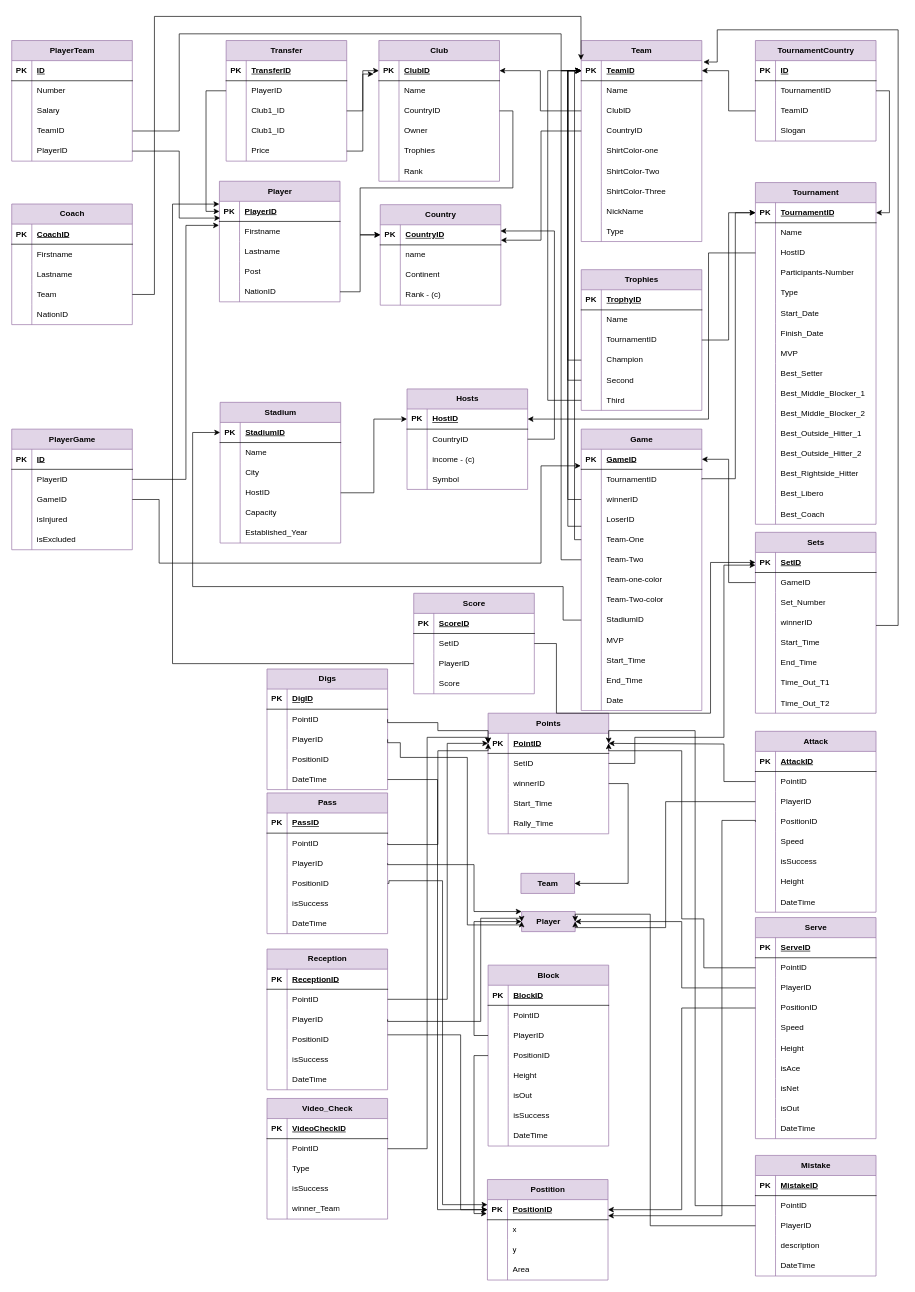
This is page "ER-Diagram" (1 of 2) of DB2_Project_Diagrams.drawio from Matinrezaei/Software-Lab, a draw.io file, before an edit. Source tidied: cells renumbered, new cells numbered last; positions are measured from the earlier drawing's top-left corner, leaving out a move shared by most shapes. Both pictures are drawn from the tidied source at 67%, with x=0, y=0 at pixel (11, 16).
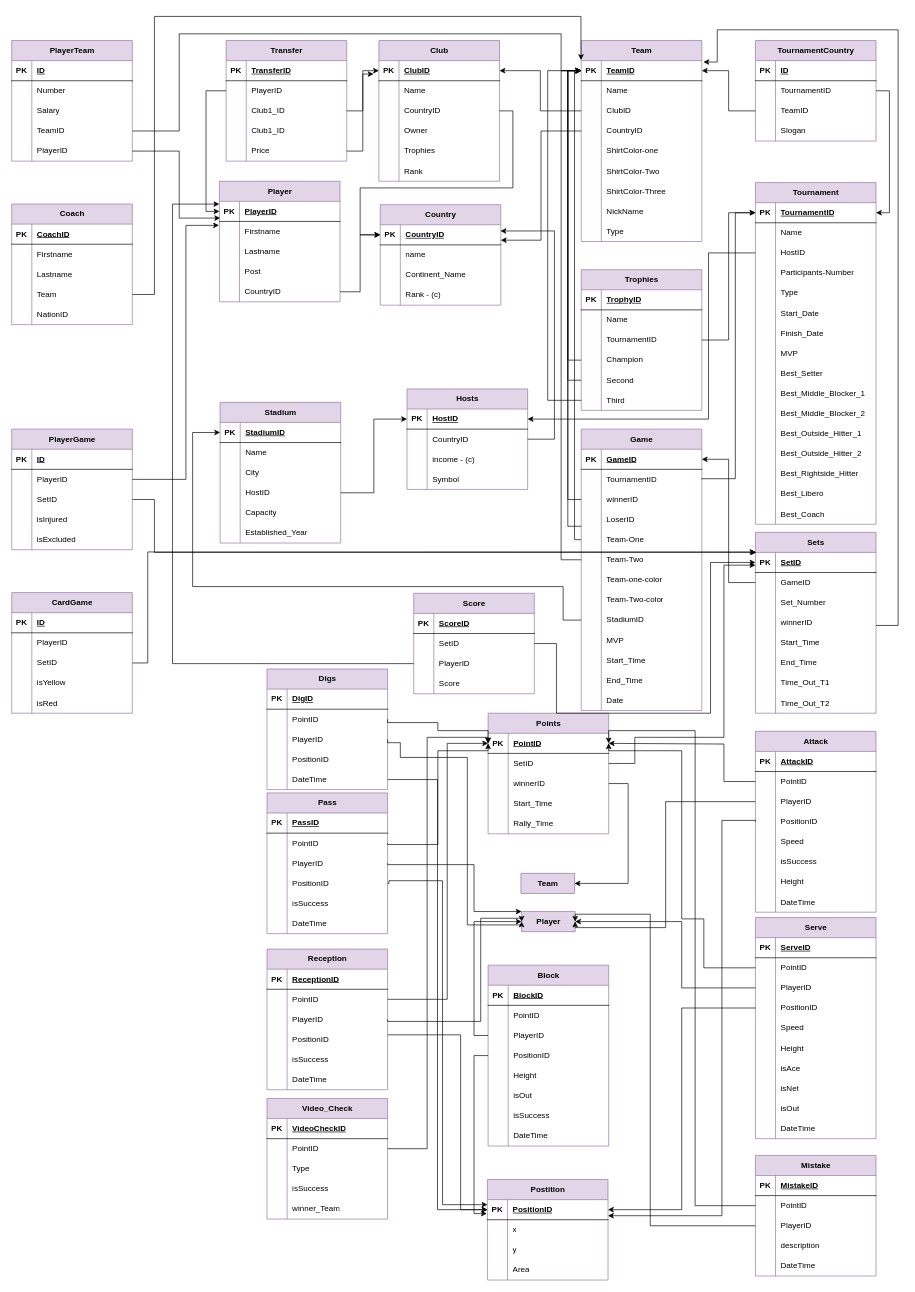
Above is the later version.

Unchanged cells that the change refers to:
```xml
<mxCell id="15" style="shape=tableRow;horizontal=0;startSize=0;swimlaneHead=0;swimlaneBody=0;fillColor=none;points=[[0,0.5],[1,0.5]];portConstraint=eastwest;top=0;left=0;right=0;bottom=0;" parent="2" vertex="1">
  <mxGeometry y="150" width="180" height="30" as="geometry" />
</mxCell>
<mxCell id="25" style="shape=tableRow;horizontal=0;startSize=0;swimlaneHead=0;swimlaneBody=0;fillColor=none;top=0;left=0;right=0;bottom=0;" parent="18" vertex="1">
  <mxGeometry y="90" width="180" height="30" as="geometry" />
</mxCell>
<mxCell id="241" style="shape=tableRow;horizontal=0;startSize=0;swimlaneHead=0;swimlaneBody=0;fillColor=none;points=[[0,0.5],[1,0.5]];portConstraint=eastwest;top=0;left=0;right=0;bottom=1;" parent="240" vertex="1">
  <mxGeometry y="30" width="180" height="30" as="geometry" />
</mxCell>
<mxCell id="281" style="shape=tableRow;horizontal=0;startSize=0;swimlaneHead=0;swimlaneBody=0;fillColor=none;points=[[0,0.5],[1,0.5]];portConstraint=eastwest;top=0;left=0;right=0;bottom=1;" parent="280" vertex="1">
  <mxGeometry y="30" width="180" height="30" as="geometry" />
</mxCell>
<mxCell id="551" style="shape=tableRow;horizontal=0;startSize=0;swimlaneHead=0;swimlaneBody=0;fillColor=none;points=[[0,0.5],[1,0.5]];portConstraint=eastwest;top=0;left=0;right=0;bottom=0;" parent="544" vertex="1">
  <mxGeometry y="90" width="180" height="30" as="geometry" />
</mxCell>
```

What changed in the source:
```diff
@@
-    <mxCell id="17" value="NationID" style="shape=partialRectangle;fillColor=none;top=0;left=0;bottom=0;right=0;align=left;spacingLeft=6;overflow=hidden;whiteSpace=wrap;html=1;" parent="15" vertex="1">
+    <mxCell id="17" value="CountryID" style="shape=partialRectangle;fillColor=none;top=0;left=0;bottom=0;right=0;align=left;spacingLeft=6;overflow=hidden;whiteSpace=wrap;html=1;" parent="15" vertex="1">
       <mxGeometry x="30" width="150" height="30" as="geometry" />
     </mxCell>
@@
-    <mxCell id="27" value="Continent" style="shape=partialRectangle;fillColor=none;top=0;left=0;bottom=0;right=0;align=left;spacingLeft=6;overflow=hidden;whiteSpace=wrap;html=1;" parent="25" vertex="1">
+    <mxCell id="27" value="Continent_Name" style="shape=partialRectangle;fillColor=none;top=0;left=0;bottom=0;right=0;align=left;spacingLeft=6;overflow=hidden;whiteSpace=wrap;html=1;" parent="25" vertex="1">
       <mxGeometry x="30" width="150" height="30" as="geometry" />
     </mxCell>
@@
-    <mxCell id="553" value="GameID" style="shape=partialRectangle;fillColor=none;top=0;left=0;bottom=0;right=0;align=left;spacingLeft=6;overflow=hidden;whiteSpace=wrap;html=1;" parent="551" vertex="1">
+    <mxCell id="553" value="SetID" style="shape=partialRectangle;fillColor=none;top=0;left=0;bottom=0;right=0;align=left;spacingLeft=6;overflow=hidden;whiteSpace=wrap;html=1;" parent="551" vertex="1">
       <mxGeometry x="30" width="150" height="30" as="geometry" />
     </mxCell>
@@
-    <mxCell id="560" style="edgeStyle=orthogonalEdgeStyle;rounded=0;jettySize=auto;html=1;entryX=-0.004;entryY=0.826;entryDx=0;entryDy=0;entryPerimeter=0;exitX=1;exitY=0.5;exitDx=0;exitDy=0;" parent="1" edge="1" source="551" target="241">
-      <mxGeometry relative="1" as="geometry">
-        <Array as="points">
-          <mxPoint x="220" y="721" />
-          <mxPoint x="220" y="816" />
-          <mxPoint x="790" y="816" />
-          <mxPoint x="790" y="670" />
-          <mxPoint x="849" y="670" />
-        </Array>
-      </mxGeometry>
-    </mxCell>
@@
+    <mxCell id="584" value="CardGame" style="shape=table;startSize=30;childLayout=tableLayout;rowLines=0;fontStyle=1;align=center;html=1;fillColor=#e1d5e7;strokeColor=#9673a6;" parent="1" vertex="1">
+      <mxGeometry y="860" width="180" height="180" as="geometry" />
+    </mxCell>
+    <mxCell id="585" style="shape=tableRow;horizontal=0;startSize=0;swimlaneHead=0;swimlaneBody=0;fillColor=none;top=0;left=0;right=0;bottom=1;" parent="584" vertex="1">
+      <mxGeometry y="30" width="180" height="30" as="geometry" />
+    </mxCell>
+    <mxCell id="586" value="PK" style="shape=partialRectangle;fillColor=none;top=0;left=0;bottom=0;right=0;fontStyle=1;overflow=hidden;whiteSpace=wrap;html=1;" parent="585" vertex="1">
+      <mxGeometry width="30" height="30" as="geometry" />
+    </mxCell>
+    <mxCell id="587" value="ID" style="shape=partialRectangle;fillColor=none;top=0;left=0;bottom=0;right=0;align=left;spacingLeft=6;fontStyle=5;overflow=hidden;whiteSpace=wrap;html=1;" parent="585" vertex="1">
+      <mxGeometry x="30" width="150" height="30" as="geometry" />
+    </mxCell>
+    <mxCell id="588" style="shape=tableRow;horizontal=0;startSize=0;swimlaneHead=0;swimlaneBody=0;fillColor=none;top=0;left=0;right=0;bottom=0;" parent="584" vertex="1">
+      <mxGeometry y="60" width="180" height="30" as="geometry" />
+    </mxCell>
+    <mxCell id="589" style="shape=partialRectangle;fillColor=none;top=0;left=0;bottom=0;right=0;overflow=hidden;whiteSpace=wrap;html=1;" parent="588" vertex="1">
+      <mxGeometry width="30" height="30" as="geometry" />
+    </mxCell>
+    <mxCell id="590" value="PlayerID" style="shape=partialRectangle;fillColor=none;top=0;left=0;bottom=0;right=0;align=left;spacingLeft=6;overflow=hidden;whiteSpace=wrap;html=1;" parent="588" vertex="1">
+      <mxGeometry x="30" width="150" height="30" as="geometry" />
+    </mxCell>
+    <mxCell id="591" style="shape=tableRow;horizontal=0;startSize=0;swimlaneHead=0;swimlaneBody=0;fillColor=none;points=[[0,0.5],[1,0.5]];portConstraint=eastwest;top=0;left=0;right=0;bottom=0;" parent="584" vertex="1">
+      <mxGeometry y="90" width="180" height="30" as="geometry" />
+    </mxCell>
+    <mxCell id="592" style="shape=partialRectangle;fillColor=none;top=0;left=0;bottom=0;right=0;overflow=hidden;whiteSpace=wrap;html=1;" parent="591" vertex="1">
+      <mxGeometry width="30" height="30" as="geometry" />
+    </mxCell>
+    <mxCell id="593" value="SetID" style="shape=partialRectangle;fillColor=none;top=0;left=0;bottom=0;right=0;align=left;spacingLeft=6;overflow=hidden;whiteSpace=wrap;html=1;" parent="591" vertex="1">
+      <mxGeometry x="30" width="150" height="30" as="geometry" />
+    </mxCell>
+    <mxCell id="594" style="shape=tableRow;horizontal=0;startSize=0;swimlaneHead=0;swimlaneBody=0;fillColor=none;top=0;left=0;right=0;bottom=0;" parent="584" vertex="1">
+      <mxGeometry y="120" width="180" height="30" as="geometry" />
+    </mxCell>
+    <mxCell id="595" style="shape=partialRectangle;fillColor=none;top=0;left=0;bottom=0;right=0;overflow=hidden;whiteSpace=wrap;html=1;" parent="594" vertex="1">
+      <mxGeometry width="30" height="30" as="geometry" />
+    </mxCell>
+    <mxCell id="596" value="isYellow" style="shape=partialRectangle;fillColor=none;top=0;left=0;bottom=0;right=0;align=left;spacingLeft=6;overflow=hidden;whiteSpace=wrap;html=1;" parent="594" vertex="1">
+      <mxGeometry x="30" width="150" height="30" as="geometry" />
+    </mxCell>
+    <mxCell id="597" style="shape=tableRow;horizontal=0;startSize=0;swimlaneHead=0;swimlaneBody=0;fillColor=none;top=0;left=0;right=0;bottom=0;" parent="584" vertex="1">
+      <mxGeometry y="150" width="180" height="30" as="geometry" />
+    </mxCell>
+    <mxCell id="598" style="shape=partialRectangle;fillColor=none;top=0;left=0;bottom=0;right=0;overflow=hidden;whiteSpace=wrap;html=1;" parent="597" vertex="1">
+      <mxGeometry width="30" height="30" as="geometry" />
+    </mxCell>
+    <mxCell id="599" value="isRed" style="shape=partialRectangle;fillColor=none;top=0;left=0;bottom=0;right=0;align=left;spacingLeft=6;overflow=hidden;whiteSpace=wrap;html=1;" parent="597" vertex="1">
+      <mxGeometry x="30" width="150" height="30" as="geometry" />
+    </mxCell>
+    <mxCell id="600" style="edgeStyle=orthogonalEdgeStyle;rounded=0;jettySize=auto;html=1;entryX=0.008;entryY=0;entryDx=0;entryDy=0;entryPerimeter=0;" parent="1" edge="1" source="551" target="281">
+      <mxGeometry relative="1" as="geometry">
+        <Array as="points">
+          <mxPoint x="213" y="721" />
+          <mxPoint x="213" y="800" />
+        </Array>
+      </mxGeometry>
+    </mxCell>
+    <mxCell id="601" style="edgeStyle=orthogonalEdgeStyle;rounded=0;jettySize=auto;html=1;entryX=-0.001;entryY=-0.025;entryDx=0;entryDy=0;entryPerimeter=0;" parent="1" edge="1" source="591" target="281">
+      <mxGeometry relative="1" as="geometry">
+        <Array as="points">
+          <mxPoint x="203" y="965" />
+          <mxPoint x="203" y="800" />
+          <mxPoint x="1110" y="800" />
+        </Array>
+      </mxGeometry>
+    </mxCell>
```
